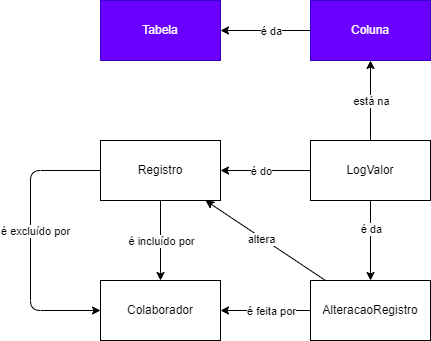
The draw.io diagram analise/mer/auditoria.drawio.png in leandroalveswork/horah, before a commit. Source tidied: cells renumbered, new cells last; positions are measured from the earlier drawing's top-left corner, leaving out a move shared by most shapes.
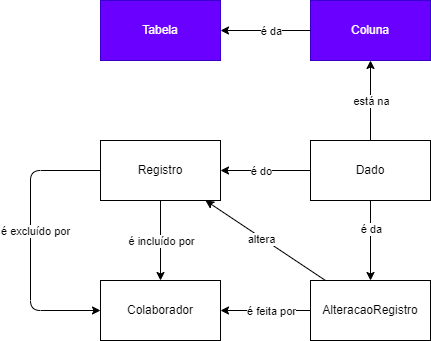
Above is the later version.

Change to the diagram source:
```diff
@@ -32,7 +32,7 @@
         <mxPoint x="8" as="offset" />
       </mxGeometry>
     </mxCell>
-    <mxCell id="10" value="LogValor" style="rounded=0;whiteSpace=wrap;html=1;" parent="1" vertex="1">
+    <mxCell id="10" value="Dado" style="rounded=0;whiteSpace=wrap;html=1;" parent="1" vertex="1">
       <mxGeometry x="280" y="140" width="120" height="60" as="geometry" />
     </mxCell>
     <mxCell id="11" style="edgeStyle=none;html=1;entryX=0.5;entryY=0;entryDx=0;entryDy=0;" parent="1" edge="1" source="15" target="16">
```
